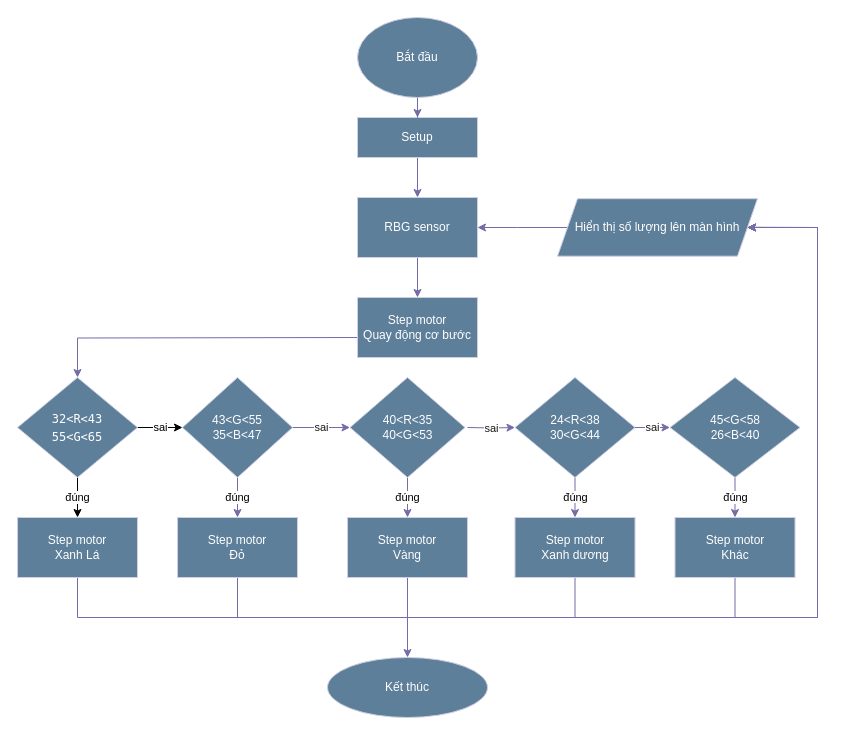
This is Untitled Diagram.drawio from ngoxuanphong/arduino_color_sorting, a draw.io file, before an edit. Source tidied: cells renumbered, new cells numbered last; positions are measured from the earlier drawing's top-left corner, leaving out a move shared by most shapes. Both pictures are drawn from the tidied source at 100%, with x=0, y=0 at pixel (17, 17).
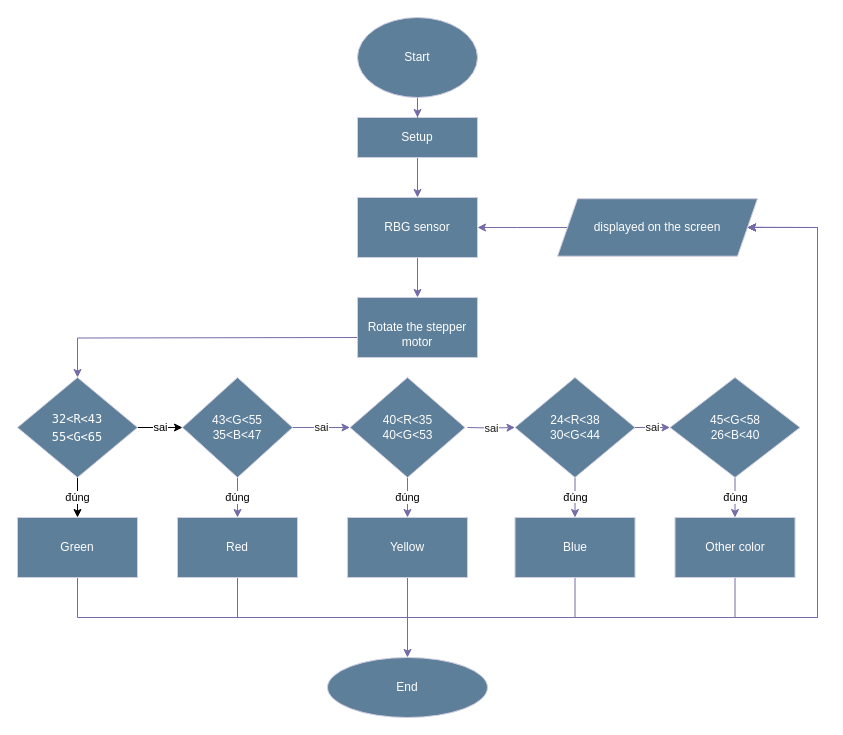
The same diagram, later.

The edit, as a diff of the source:
```diff
@@
-    <mxCell id="21" value="Step motor&lt;br&gt;Xanh Lá" style="whiteSpace=wrap;html=1;rounded=0;labelBackgroundColor=none;fillColor=#5D7F99;strokeColor=#D0CEE2;fontColor=#FFFFFF;" parent="1" vertex="1">
+    <mxCell id="21" value="Green" style="whiteSpace=wrap;html=1;rounded=0;labelBackgroundColor=none;fillColor=#5D7F99;strokeColor=#D0CEE2;fontColor=#FFFFFF;" parent="1" vertex="1">
       <mxGeometry y="500" width="120" height="60" as="geometry" />
     </mxCell>
@@
-    <mxCell id="23" value="&lt;span style=&quot;font-family: Helvetica; font-size: 12px; font-style: normal; font-variant-ligatures: normal; font-variant-caps: normal; font-weight: 400; letter-spacing: normal; orphans: 2; text-align: center; text-indent: 0px; text-transform: none; widows: 2; word-spacing: 0px; -webkit-text-stroke-width: 0px; text-decoration-thickness: initial; text-decoration-style: initial; text-decoration-color: initial; float: none; display: inline !important;&quot;&gt;Step motor&lt;br&gt;Đỏ&lt;br&gt;&lt;/span&gt;" style="whiteSpace=wrap;html=1;rounded=0;labelBackgroundColor=none;fillColor=#5D7F99;strokeColor=#D0CEE2;fontColor=#FFFFFF;" parent="1" vertex="1">
+    <mxCell id="23" value="&lt;span style=&quot;font-family: Helvetica; font-size: 12px; font-style: normal; font-variant-ligatures: normal; font-variant-caps: normal; font-weight: 400; letter-spacing: normal; orphans: 2; text-align: center; text-indent: 0px; text-transform: none; widows: 2; word-spacing: 0px; -webkit-text-stroke-width: 0px; text-decoration-thickness: initial; text-decoration-style: initial; text-decoration-color: initial; float: none; display: inline !important;&quot;&gt;Red&lt;br&gt;&lt;/span&gt;" style="whiteSpace=wrap;html=1;rounded=0;labelBackgroundColor=none;fillColor=#5D7F99;strokeColor=#D0CEE2;fontColor=#FFFFFF;" parent="1" vertex="1">
       <mxGeometry x="160" y="500" width="120" height="60" as="geometry" />
     </mxCell>
@@
-    <mxCell id="26" value="&lt;span style=&quot;font-family: Helvetica; font-size: 12px; font-style: normal; font-variant-ligatures: normal; font-variant-caps: normal; font-weight: 400; letter-spacing: normal; orphans: 2; text-align: center; text-indent: 0px; text-transform: none; widows: 2; word-spacing: 0px; -webkit-text-stroke-width: 0px; text-decoration-thickness: initial; text-decoration-style: initial; text-decoration-color: initial; float: none; display: inline !important;&quot;&gt;Step motor&lt;br&gt;Vàng&lt;br&gt;&lt;/span&gt;" style="whiteSpace=wrap;html=1;rounded=0;labelBackgroundColor=none;fillColor=#5D7F99;strokeColor=#D0CEE2;fontColor=#FFFFFF;" parent="1" vertex="1">
+    <mxCell id="26" value="&lt;span style=&quot;font-family: Helvetica; font-size: 12px; font-style: normal; font-variant-ligatures: normal; font-variant-caps: normal; font-weight: 400; letter-spacing: normal; orphans: 2; text-align: center; text-indent: 0px; text-transform: none; widows: 2; word-spacing: 0px; -webkit-text-stroke-width: 0px; text-decoration-thickness: initial; text-decoration-style: initial; text-decoration-color: initial; float: none; display: inline !important;&quot;&gt;Yellow&lt;br&gt;&lt;/span&gt;" style="whiteSpace=wrap;html=1;rounded=0;labelBackgroundColor=none;fillColor=#5D7F99;strokeColor=#D0CEE2;fontColor=#FFFFFF;" parent="1" vertex="1">
       <mxGeometry x="330" y="500" width="120" height="60" as="geometry" />
     </mxCell>
@@
-    <mxCell id="28" value="&lt;span style=&quot;font-family: Helvetica; font-size: 12px; font-style: normal; font-variant-ligatures: normal; font-variant-caps: normal; font-weight: 400; letter-spacing: normal; orphans: 2; text-align: center; text-indent: 0px; text-transform: none; widows: 2; word-spacing: 0px; -webkit-text-stroke-width: 0px; text-decoration-thickness: initial; text-decoration-style: initial; text-decoration-color: initial; float: none; display: inline !important;&quot;&gt;Step motor&lt;br&gt;Xanh dương&lt;br&gt;&lt;/span&gt;" style="whiteSpace=wrap;html=1;rounded=0;labelBackgroundColor=none;fillColor=#5D7F99;strokeColor=#D0CEE2;fontColor=#FFFFFF;" parent="1" vertex="1">
+    <mxCell id="28" value="&lt;span style=&quot;font-family: Helvetica; font-size: 12px; font-style: normal; font-variant-ligatures: normal; font-variant-caps: normal; font-weight: 400; letter-spacing: normal; orphans: 2; text-align: center; text-indent: 0px; text-transform: none; widows: 2; word-spacing: 0px; -webkit-text-stroke-width: 0px; text-decoration-thickness: initial; text-decoration-style: initial; text-decoration-color: initial; float: none; display: inline !important;&quot;&gt;Blue&lt;br&gt;&lt;/span&gt;" style="whiteSpace=wrap;html=1;rounded=0;labelBackgroundColor=none;fillColor=#5D7F99;strokeColor=#D0CEE2;fontColor=#FFFFFF;" parent="1" vertex="1">
       <mxGeometry x="497.5" y="500" width="120" height="60" as="geometry" />
     </mxCell>
@@
-    <mxCell id="30" value="&lt;span style=&quot;font-family: Helvetica; font-size: 12px; font-style: normal; font-variant-ligatures: normal; font-variant-caps: normal; font-weight: 400; letter-spacing: normal; orphans: 2; text-align: center; text-indent: 0px; text-transform: none; widows: 2; word-spacing: 0px; -webkit-text-stroke-width: 0px; text-decoration-thickness: initial; text-decoration-style: initial; text-decoration-color: initial; float: none; display: inline !important;&quot;&gt;Step motor&lt;br&gt;Khác&lt;br&gt;&lt;/span&gt;" style="whiteSpace=wrap;html=1;rounded=0;labelBackgroundColor=none;fillColor=#5D7F99;strokeColor=#D0CEE2;fontColor=#FFFFFF;" parent="1" vertex="1">
+    <mxCell id="30" value="&lt;span style=&quot;font-family: Helvetica; font-size: 12px; font-style: normal; font-variant-ligatures: normal; font-variant-caps: normal; font-weight: 400; letter-spacing: normal; orphans: 2; text-align: center; text-indent: 0px; text-transform: none; widows: 2; word-spacing: 0px; -webkit-text-stroke-width: 0px; text-decoration-thickness: initial; text-decoration-style: initial; text-decoration-color: initial; float: none; display: inline !important;&quot;&gt;Other color&lt;br&gt;&lt;/span&gt;" style="whiteSpace=wrap;html=1;rounded=0;labelBackgroundColor=none;fillColor=#5D7F99;strokeColor=#D0CEE2;fontColor=#FFFFFF;" parent="1" vertex="1">
       <mxGeometry x="657.5" y="500" width="120" height="60" as="geometry" />
     </mxCell>
@@
-    <mxCell id="32" value="Hiển thị số lượng lên màn hình" style="shape=parallelogram;perimeter=parallelogramPerimeter;whiteSpace=wrap;html=1;fixedSize=1;labelBackgroundColor=none;fillColor=#5D7F99;strokeColor=#D0CEE2;fontColor=#FFFFFF;rounded=0;" parent="1" vertex="1">
+    <mxCell id="32" value="displayed on the screen" style="shape=parallelogram;perimeter=parallelogramPerimeter;whiteSpace=wrap;html=1;fixedSize=1;labelBackgroundColor=none;fillColor=#5D7F99;strokeColor=#D0CEE2;fontColor=#FFFFFF;rounded=0;" parent="1" vertex="1">
       <mxGeometry x="540" y="181.2" width="200" height="57.5" as="geometry" />
     </mxCell>
-    <mxCell id="33" value="Kết thúc" style="ellipse;whiteSpace=wrap;html=1;labelBackgroundColor=none;fillColor=#5D7F99;strokeColor=#D0CEE2;fontColor=#FFFFFF;rounded=0;" parent="1" vertex="1">
+    <mxCell id="33" value="End" style="ellipse;whiteSpace=wrap;html=1;labelBackgroundColor=none;fillColor=#5D7F99;strokeColor=#D0CEE2;fontColor=#FFFFFF;rounded=0;" parent="1" vertex="1">
       <mxGeometry x="310" y="640" width="160" height="60" as="geometry" />
     </mxCell>
@@
-    <mxCell id="35" value="Bắt đầu" style="ellipse;whiteSpace=wrap;html=1;strokeColor=#D0CEE2;fontColor=#FFFFFF;fillColor=#5D7F99;rounded=0;" parent="1" vertex="1">
+    <mxCell id="35" value="Start" style="ellipse;whiteSpace=wrap;html=1;strokeColor=#D0CEE2;fontColor=#FFFFFF;fillColor=#5D7F99;rounded=0;" parent="1" vertex="1">
       <mxGeometry x="340" width="120" height="80" as="geometry" />
     </mxCell>
@@
-    <mxCell id="37" value="Step motor&lt;br&gt;Quay động cơ bước" style="rounded=0;whiteSpace=wrap;html=1;labelBackgroundColor=none;fillColor=#5D7F99;strokeColor=#D0CEE2;fontColor=#FFFFFF;" parent="1" vertex="1">
+    <mxCell id="37" value="&lt;br&gt;Rotate the stepper motor" style="rounded=0;whiteSpace=wrap;html=1;labelBackgroundColor=none;fillColor=#5D7F99;strokeColor=#D0CEE2;fontColor=#FFFFFF;" parent="1" vertex="1">
       <mxGeometry x="340" y="280" width="120" height="60" as="geometry" />
     </mxCell>
```
